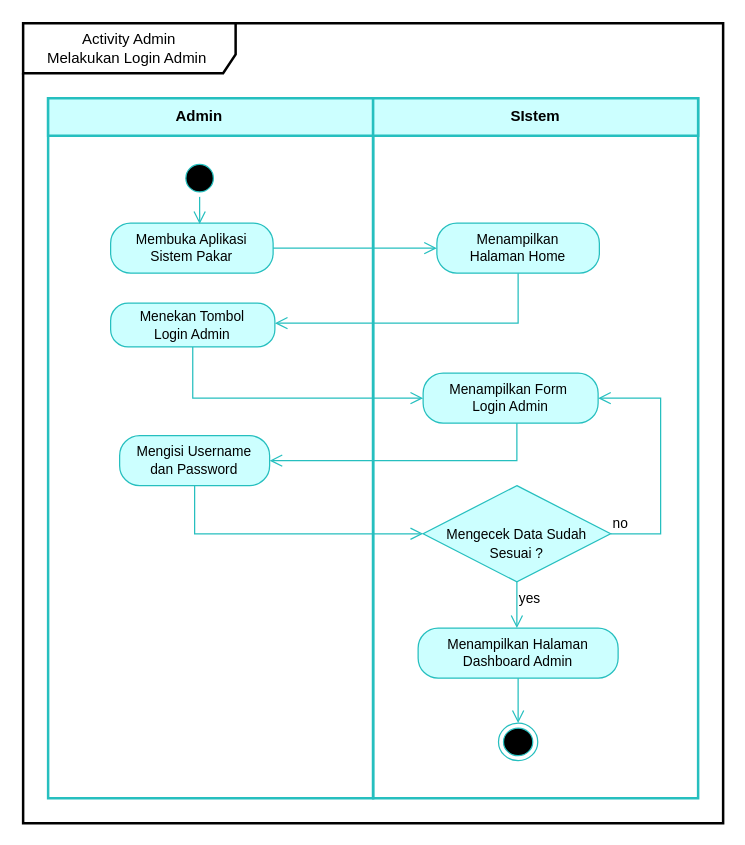
The draw.io diagram page "Halaman-5" (5 of 32) of Diagram Tanpa Judul.drawio in RyanRamadhan11/drawio, before the edit. Source tidied: cells renumbered, new cells numbered last; positions are measured from the earlier drawing's top-left corner, leaving out a move shared by most shapes. Both pictures are drawn from the tidied source at 125%, with x=0, y=0 at pixel (22, 22).
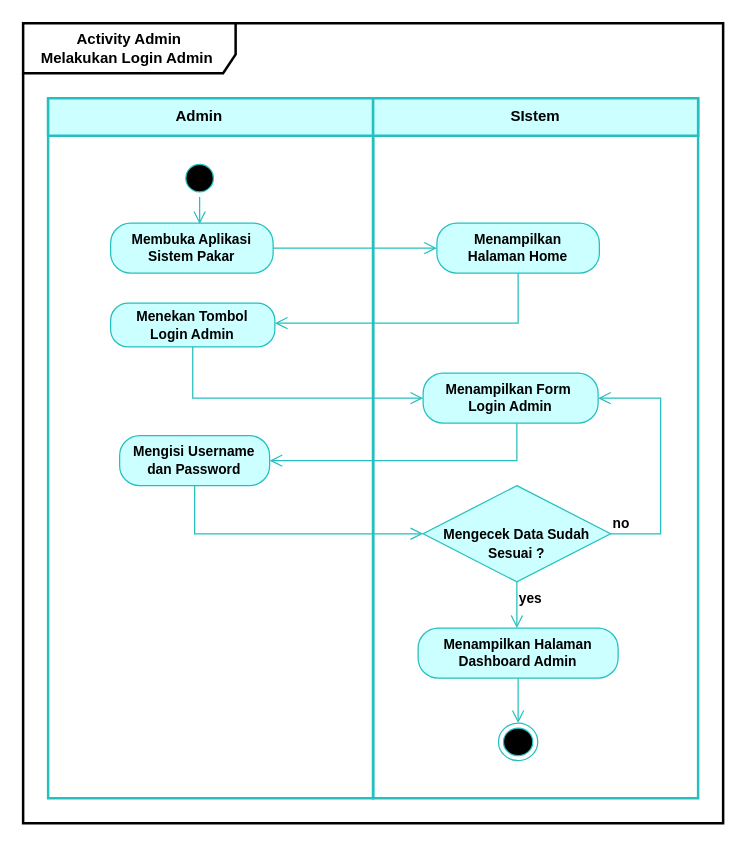
Above is the later version.

Change to the diagram source:
```diff
@@
-    <mxCell id="2" value="&lt;font style=&quot;font-size: 12px;&quot;&gt;Activity Admin &lt;br&gt;Melakukan&amp;nbsp;Login Admin&amp;nbsp;&lt;/font&gt;" style="shape=umlFrame;whiteSpace=wrap;html=1;width=170;height=40;strokeWidth=2;" parent="1" vertex="1">
+    <mxCell id="2" value="&lt;font style=&quot;font-size: 12px;&quot;&gt;&lt;b&gt;Activity Admin &lt;br&gt;Melakukan&amp;nbsp;Login Admin&amp;nbsp;&lt;/b&gt;&lt;/font&gt;" style="shape=umlFrame;whiteSpace=wrap;html=1;width=170;height=40;strokeWidth=2;" parent="1" vertex="1">
       <mxGeometry width="560" height="640" as="geometry" />
     </mxCell>
@@
-    <mxCell id="10" value="Membuka Aplikasi &lt;br&gt;Sistem Pakar" style="rounded=1;whiteSpace=wrap;html=1;arcSize=40;fontColor=#000000;fillColor=#CCFFFF;strokeColor=#26BFBF;fontSize=11;" parent="1" vertex="1">
+    <mxCell id="10" value="Membuka Aplikasi &lt;br&gt;Sistem Pakar" style="rounded=1;whiteSpace=wrap;html=1;arcSize=40;fontColor=#000000;fillColor=#CCFFFF;strokeColor=#26BFBF;fontSize=11;fontStyle=1;" parent="1" vertex="1">
       <mxGeometry x="70" y="160" width="130" height="40" as="geometry" />
     </mxCell>
@@
-    <mxCell id="12" value="Menampilkan &lt;br&gt;Halaman Home" style="rounded=1;whiteSpace=wrap;html=1;arcSize=40;fontColor=#000000;fillColor=#CCFFFF;strokeColor=#26BFBF;strokeWidth=1;fontSize=11;verticalAlign=middle;" parent="1" vertex="1">
+    <mxCell id="12" value="Menampilkan &lt;br&gt;Halaman Home" style="rounded=1;whiteSpace=wrap;html=1;arcSize=40;fontColor=#000000;fillColor=#CCFFFF;strokeColor=#26BFBF;strokeWidth=1;fontSize=11;verticalAlign=middle;fontStyle=1;" parent="1" vertex="1">
       <mxGeometry x="331" y="160" width="130" height="40" as="geometry" />
     </mxCell>
@@
-    <mxCell id="14" value="Menekan Tombol &lt;br&gt;Login Admin" style="rounded=1;whiteSpace=wrap;html=1;arcSize=40;fontColor=#000000;fillColor=#CCFFFF;strokeColor=#26BFBF;fontSize=11;" parent="1" vertex="1">
+    <mxCell id="14" value="Menekan Tombol &lt;br&gt;Login Admin" style="rounded=1;whiteSpace=wrap;html=1;arcSize=40;fontColor=#000000;fillColor=#CCFFFF;strokeColor=#26BFBF;fontSize=11;fontStyle=1;" parent="1" vertex="1">
       <mxGeometry x="70" y="224" width="131.4" height="35" as="geometry" />
     </mxCell>
@@
-    <mxCell id="16" value="Menampilkan Form&amp;nbsp;&lt;br&gt;Login Admin" style="rounded=1;whiteSpace=wrap;html=1;arcSize=40;fontColor=#000000;fillColor=#CCFFFF;strokeColor=#26BFBF;fontSize=11;verticalAlign=middle;" parent="1" vertex="1">
+    <mxCell id="16" value="Menampilkan Form&amp;nbsp;&lt;br&gt;Login Admin" style="rounded=1;whiteSpace=wrap;html=1;arcSize=40;fontColor=#000000;fillColor=#CCFFFF;strokeColor=#26BFBF;fontSize=11;verticalAlign=middle;fontStyle=1;" parent="1" vertex="1">
       <mxGeometry x="320" y="280" width="140" height="40" as="geometry" />
     </mxCell>
@@
-    <mxCell id="18" value="Mengisi Username &lt;br&gt;dan Password" style="rounded=1;whiteSpace=wrap;html=1;arcSize=40;fontColor=#000000;fillColor=#CCFFFF;strokeColor=#26BFBF;fontSize=11;" parent="1" vertex="1">
+    <mxCell id="18" value="Mengisi Username &lt;br&gt;dan Password" style="rounded=1;whiteSpace=wrap;html=1;arcSize=40;fontColor=#000000;fillColor=#CCFFFF;strokeColor=#26BFBF;fontSize=11;fontStyle=1;" parent="1" vertex="1">
       <mxGeometry x="77.2" y="330" width="120" height="40" as="geometry" />
     </mxCell>
-    <mxCell id="19" value="&lt;h4&gt;&lt;span style=&quot;background-color: initial; font-weight: normal; font-size: 11px;&quot;&gt;&lt;font style=&quot;font-size: 11px;&quot;&gt;&lt;br&gt;Mengecek Data Sudah Sesuai ?&lt;/font&gt;&lt;/span&gt;&lt;/h4&gt;" style="rhombus;whiteSpace=wrap;html=1;fontColor=#000000;fillColor=#CCFFFF;strokeColor=#26BFBF;align=center;" parent="1" vertex="1">
+    <mxCell id="19" value="&lt;h4&gt;&lt;span style=&quot;background-color: initial; font-size: 11px;&quot;&gt;&lt;font style=&quot;font-size: 11px;&quot;&gt;&lt;br&gt;Mengecek Data Sudah Sesuai ?&lt;/font&gt;&lt;/span&gt;&lt;/h4&gt;" style="rhombus;whiteSpace=wrap;html=1;fontColor=#000000;fillColor=#CCFFFF;strokeColor=#26BFBF;align=center;fontStyle=1;" parent="1" vertex="1">
       <mxGeometry x="320" y="370" width="150" height="77" as="geometry" />
     </mxCell>
-    <mxCell id="20" value="no" style="edgeStyle=orthogonalEdgeStyle;html=1;align=left;verticalAlign=bottom;endArrow=open;endSize=8;strokeColor=#26BFBF;rounded=0;entryX=1;entryY=0.5;entryDx=0;entryDy=0;" parent="1" edge="1" source="19" target="16">
+    <mxCell id="20" value="&lt;b&gt;no&lt;/b&gt;" style="edgeStyle=orthogonalEdgeStyle;html=1;align=left;verticalAlign=bottom;endArrow=open;endSize=8;strokeColor=#26BFBF;rounded=0;entryX=1;entryY=0.5;entryDx=0;entryDy=0;" parent="1" edge="1" source="19" target="16">
       <mxGeometry x="-1" relative="1" as="geometry">
         <Array as="points">
           <mxPoint x="510" y="409" />
           <mxPoint x="510" y="300" />
         </Array>
       </mxGeometry>
     </mxCell>
-    <mxCell id="21" value="yes" style="edgeStyle=orthogonalEdgeStyle;html=1;align=left;verticalAlign=top;endArrow=open;endSize=8;strokeColor=#26BFBF;rounded=0;" parent="1" edge="1" source="19" target="22">
+    <mxCell id="21" value="&lt;b&gt;yes&lt;/b&gt;" style="edgeStyle=orthogonalEdgeStyle;html=1;align=left;verticalAlign=top;endArrow=open;endSize=8;strokeColor=#26BFBF;rounded=0;" parent="1" edge="1" source="19" target="22">
       <mxGeometry x="-1" relative="1" as="geometry">
         <Array as="points">
           <mxPoint x="395" y="482" />
           <mxPoint x="395" y="482" />
         </Array>
       </mxGeometry>
     </mxCell>
-    <mxCell id="22" value="&lt;font style=&quot;font-size: 11px;&quot;&gt;Menampilkan Halaman Dashboard Admin&lt;/font&gt;" style="rounded=1;whiteSpace=wrap;html=1;arcSize=40;fontColor=#000000;fillColor=#CCFFFF;strokeColor=#26BFBF;fontSize=10;verticalAlign=middle;" parent="1" vertex="1">
+    <mxCell id="22" value="&lt;font style=&quot;font-size: 11px;&quot;&gt;Menampilkan Halaman Dashboard Admin&lt;/font&gt;" style="rounded=1;whiteSpace=wrap;html=1;arcSize=40;fontColor=#000000;fillColor=#CCFFFF;strokeColor=#26BFBF;fontSize=10;verticalAlign=middle;fontStyle=1;" parent="1" vertex="1">
       <mxGeometry x="316" y="484" width="160" height="40" as="geometry" />
     </mxCell>
```
